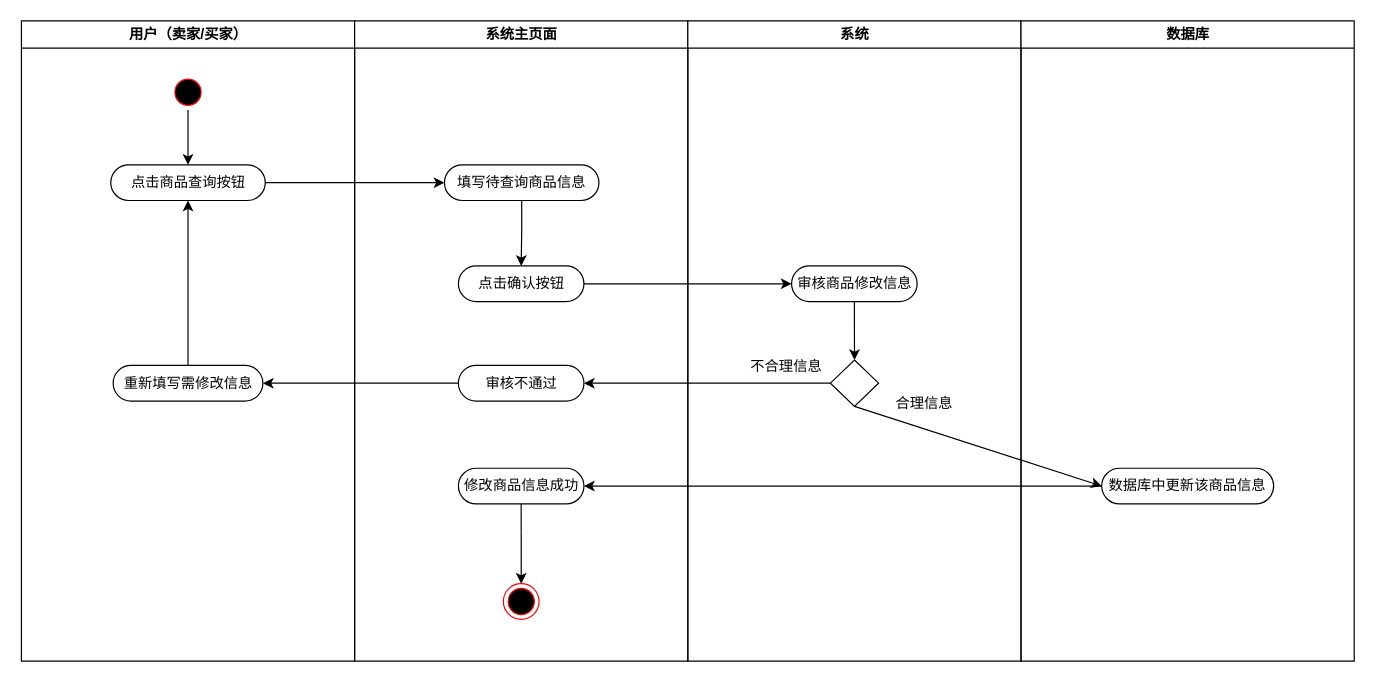
Above: 商品查询活动图.drawio in 200928/image (draw.io), before the change. Source tidied: cells renumbered, new cells numbered last; positions are measured from the earlier drawing's top-left corner, leaving out a move shared by most shapes. Both pictures are drawn from the tidied source at 119%, with x=0, y=0 at pixel (20, 20).
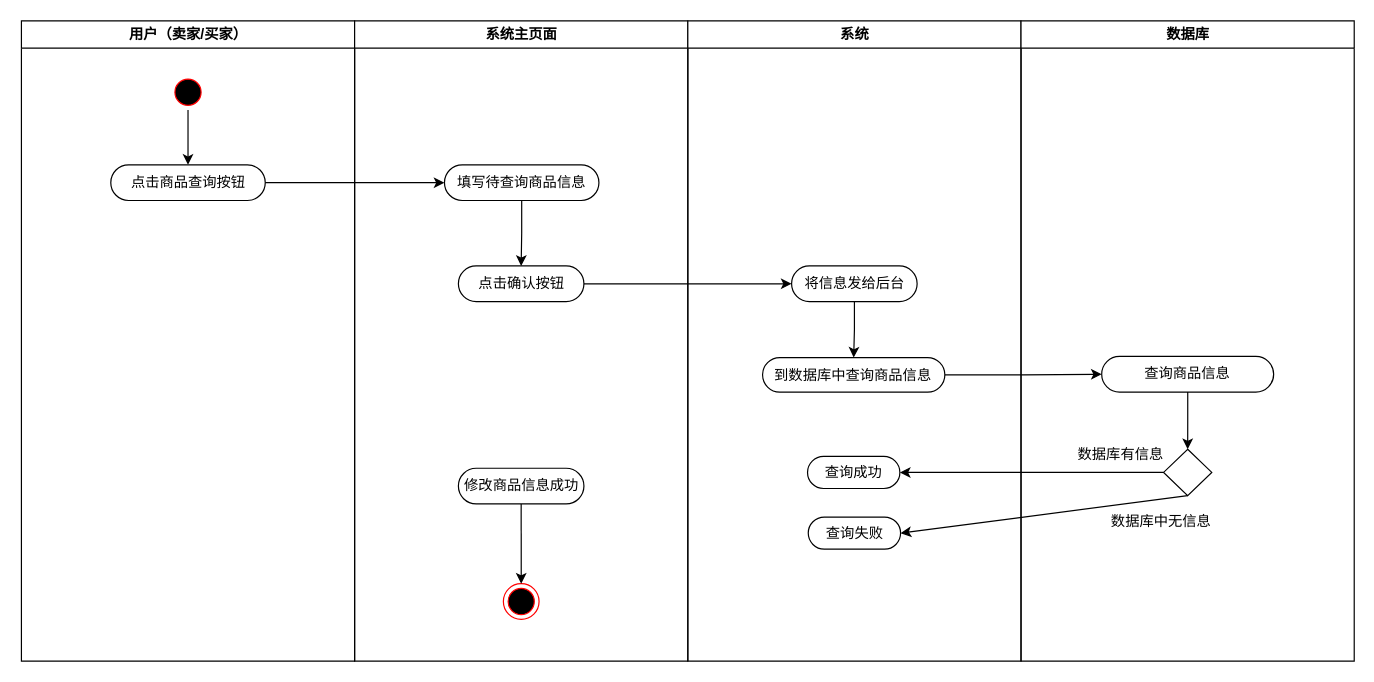
The same page after the edit.

Commit message (it also covers changes not shown here):
更新商品查询活动图.drawio

Unchanged cells that the change refers to:
```xml
<mxCell id="2" value="用户（卖家/买家）" style="swimlane;whiteSpace=wrap;" parent="1" vertex="1">
  <mxGeometry x="0.5" width="280" height="538" as="geometry" />
</mxCell>
<mxCell id="5" value="点击商品查询按钮" style="rounded=1;whiteSpace=wrap;html=1;arcSize=50;" parent="2" vertex="1">
  <mxGeometry x="75.1" y="121" width="129.8" height="30" as="geometry" />
</mxCell>
<mxCell id="8" value="系统主页面" style="swimlane;whiteSpace=wrap;" parent="1" vertex="1">
  <mxGeometry x="280.5" width="280" height="538" as="geometry" />
</mxCell>
<mxCell id="15" value="修改商品信息成功" style="rounded=1;whiteSpace=wrap;html=1;arcSize=50;" parent="8" vertex="1">
  <mxGeometry x="87.2" y="376" width="105.5" height="30" as="geometry" />
</mxCell>
<mxCell id="16" value="系统" style="swimlane;whiteSpace=wrap;" parent="1" vertex="1">
  <mxGeometry x="560.5" width="280" height="538" as="geometry" />
</mxCell>
```

The edit, as a diff of the source:
```diff
@@
-    <mxCell id="6" style="edgeStyle=orthogonalEdgeStyle;rounded=0;jettySize=auto;html=1;entryX=0.5;entryY=1;entryDx=0;entryDy=0;" parent="2" edge="1" source="7" target="5">
-      <mxGeometry relative="1" as="geometry" />
-    </mxCell>
-    <mxCell id="7" value="重新填写需修改信息" style="rounded=1;whiteSpace=wrap;html=1;arcSize=50;" parent="2" vertex="1">
-      <mxGeometry x="77.1" y="289.5" width="125.8" height="30" as="geometry" />
-    </mxCell>
@@
-    <mxCell id="12" value="审核不通过" style="rounded=1;whiteSpace=wrap;html=1;arcSize=50;" parent="8" vertex="1">
-      <mxGeometry x="87.2" y="289.5" width="105.5" height="30" as="geometry" />
-    </mxCell>
@@
-    <mxCell id="17" style="edgeStyle=orthogonalEdgeStyle;rounded=0;jettySize=auto;html=1;" parent="16" edge="1" source="18" target="19">
-      <mxGeometry relative="1" as="geometry" />
-    </mxCell>
+    <mxCell id="30" style="edgeStyle=orthogonalEdgeStyle;rounded=0;jettySize=auto;html=1;entryX=0.5;entryY=0;entryDx=0;entryDy=0;" parent="16" edge="1" source="18" target="31">
+      <mxGeometry relative="1" as="geometry" />
+    </mxCell>
-    <mxCell id="18" value="审核商品修改信息" style="rounded=1;whiteSpace=wrap;html=1;arcSize=50;" parent="16" vertex="1">
+    <mxCell id="18" value="将信息发给后台" style="rounded=1;whiteSpace=wrap;html=1;arcSize=50;" parent="16" vertex="1">
       <mxGeometry x="87.2" y="206" width="105.5" height="30" as="geometry" />
     </mxCell>
+    <mxCell id="31" value="到数据库中查询商品信息" style="rounded=1;whiteSpace=wrap;html=1;arcSize=50;" parent="16" vertex="1">
+      <mxGeometry x="62.8" y="283" width="153.2" height="29" as="geometry" />
+    </mxCell>
+    <mxCell id="32" value="查询成功" style="rounded=1;whiteSpace=wrap;html=1;arcSize=50;" parent="16" vertex="1">
+      <mxGeometry x="100.6" y="366" width="77.6" height="27" as="geometry" />
+    </mxCell>
+    <mxCell id="33" value="查询失败" style="rounded=1;whiteSpace=wrap;html=1;arcSize=50;" parent="16" vertex="1">
+      <mxGeometry x="101.2" y="417" width="77.6" height="27" as="geometry" />
+    </mxCell>
+    <mxCell id="22" value="数据库" style="swimlane;whiteSpace=wrap;" parent="1" vertex="1">
+      <mxGeometry x="840.5" width="280" height="538" as="geometry" />
+    </mxCell>
+    <mxCell id="34" style="edgeStyle=orthogonalEdgeStyle;rounded=0;jettySize=auto;html=1;entryX=0.5;entryY=0;entryDx=0;entryDy=0;" parent="22" edge="1" source="23" target="19">
+      <mxGeometry relative="1" as="geometry" />
+    </mxCell>
+    <mxCell id="23" value="查询商品信息" style="rounded=1;whiteSpace=wrap;html=1;arcSize=50;" parent="22" vertex="1">
+      <mxGeometry x="67.8" y="282" width="144.5" height="30" as="geometry" />
+    </mxCell>
-    <mxCell id="19" style="rhombus;whiteSpace=wrap;html=1;" parent="16" vertex="1">
-      <mxGeometry x="119.8" y="285" width="40.5" height="39" as="geometry" />
+    <mxCell id="19" style="rhombus;whiteSpace=wrap;html=1;" parent="22" vertex="1">
+      <mxGeometry x="119.8" y="360" width="40.5" height="39" as="geometry" />
     </mxCell>
-    <mxCell id="20" value="合理信息" style="text;html=1;align=center;verticalAlign=middle;strokeColor=none;fillColor=none;" parent="16" vertex="1">
-      <mxGeometry x="169.5" y="313" width="58" height="18" as="geometry" />
-    </mxCell>
-    <mxCell id="21" value="不合理信息" style="text;html=1;align=center;verticalAlign=middle;strokeColor=none;fillColor=none;" parent="16" vertex="1">
-      <mxGeometry x="47.5" y="282" width="70" height="18" as="geometry" />
-    </mxCell>
-    <mxCell id="22" value="数据库" style="swimlane;whiteSpace=wrap;" parent="1" vertex="1">
-      <mxGeometry x="840.5" width="280" height="538" as="geometry" />
-    </mxCell>
-    <mxCell id="23" value="数据库中更新该商品信息" style="rounded=1;whiteSpace=wrap;html=1;arcSize=50;" parent="22" vertex="1">
-      <mxGeometry x="67.8" y="376" width="144.5" height="30" as="geometry" />
-    </mxCell>
+    <mxCell id="35" value="数据库有信息" style="text;html=1;align=center;verticalAlign=middle;strokeColor=none;fillColor=none;" parent="22" vertex="1">
+      <mxGeometry x="42.5" y="356" width="82" height="18" as="geometry" />
+    </mxCell>
+    <mxCell id="36" value="数据库中无信息" style="text;html=1;align=center;verticalAlign=middle;strokeColor=none;fillColor=none;" parent="22" vertex="1">
+      <mxGeometry x="70.5" y="412" width="94" height="18" as="geometry" />
+    </mxCell>
@@
-    <mxCell id="26" style="edgeStyle=orthogonalEdgeStyle;rounded=0;jettySize=auto;html=1;entryX=1;entryY=0.5;entryDx=0;entryDy=0;" parent="1" edge="1" source="19" target="12">
-      <mxGeometry relative="1" as="geometry" />
-    </mxCell>
-    <mxCell id="27" style="rounded=0;jettySize=auto;html=1;entryX=0;entryY=0.5;entryDx=0;entryDy=0;exitX=0.5;exitY=1;exitDx=0;exitDy=0;" parent="1" edge="1" source="19" target="23">
-      <mxGeometry relative="1" as="geometry" />
-    </mxCell>
-    <mxCell id="28" style="edgeStyle=orthogonalEdgeStyle;rounded=0;jettySize=auto;html=1;entryX=1;entryY=0.5;entryDx=0;entryDy=0;" parent="1" edge="1" source="12" target="7">
-      <mxGeometry relative="1" as="geometry" />
-    </mxCell>
-    <mxCell id="29" style="edgeStyle=none;rounded=0;jettySize=auto;html=1;entryX=1;entryY=0.5;entryDx=0;entryDy=0;" parent="1" edge="1" source="23" target="15">
-      <mxGeometry relative="1" as="geometry" />
-    </mxCell>
+    <mxCell id="37" style="edgeStyle=orthogonalEdgeStyle;rounded=0;jettySize=auto;html=1;entryX=0;entryY=0.5;entryDx=0;entryDy=0;" parent="1" edge="1" source="31" target="23">
+      <mxGeometry relative="1" as="geometry" />
+    </mxCell>
+    <mxCell id="38" style="edgeStyle=orthogonalEdgeStyle;rounded=0;jettySize=auto;html=1;entryX=1;entryY=0.5;entryDx=0;entryDy=0;" parent="1" edge="1" source="19" target="32">
+      <mxGeometry relative="1" as="geometry" />
+    </mxCell>
+    <mxCell id="39" style="rounded=0;jettySize=auto;html=1;entryX=1;entryY=0.5;entryDx=0;entryDy=0;exitX=0.5;exitY=1;exitDx=0;exitDy=0;" parent="1" edge="1" source="19" target="33">
+      <mxGeometry relative="1" as="geometry" />
+    </mxCell>
```
